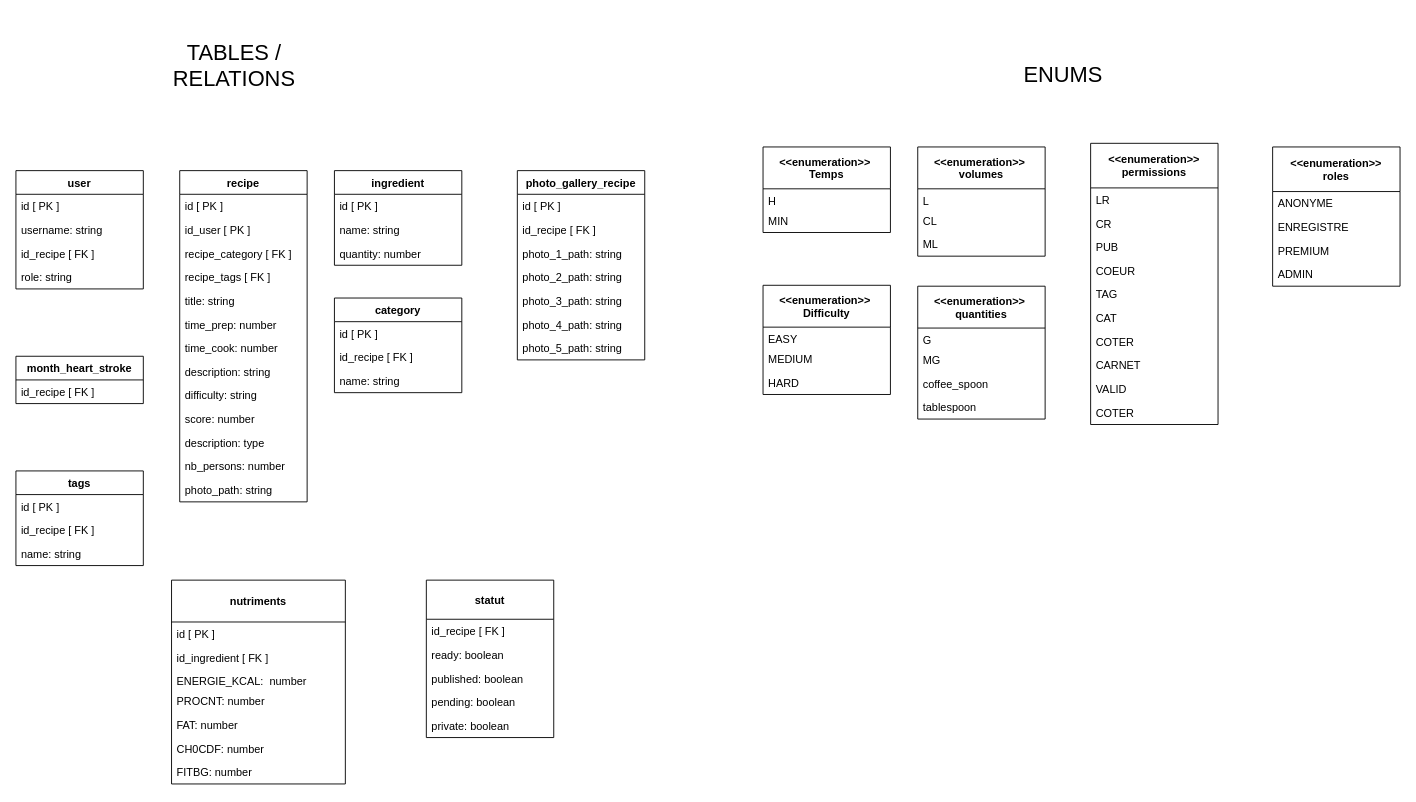
Before: diagramme-recettes.drawio in Thomas088/diagramme-cuisine, a draw.io diagram. Source tidied: cells renumbered, new cells numbered last; positions are measured from the earlier drawing's top-left corner, leaving out a move shared by most shapes. Both pictures are drawn from the tidied source at 91%, with x=0, y=0 at pixel (15, 15).
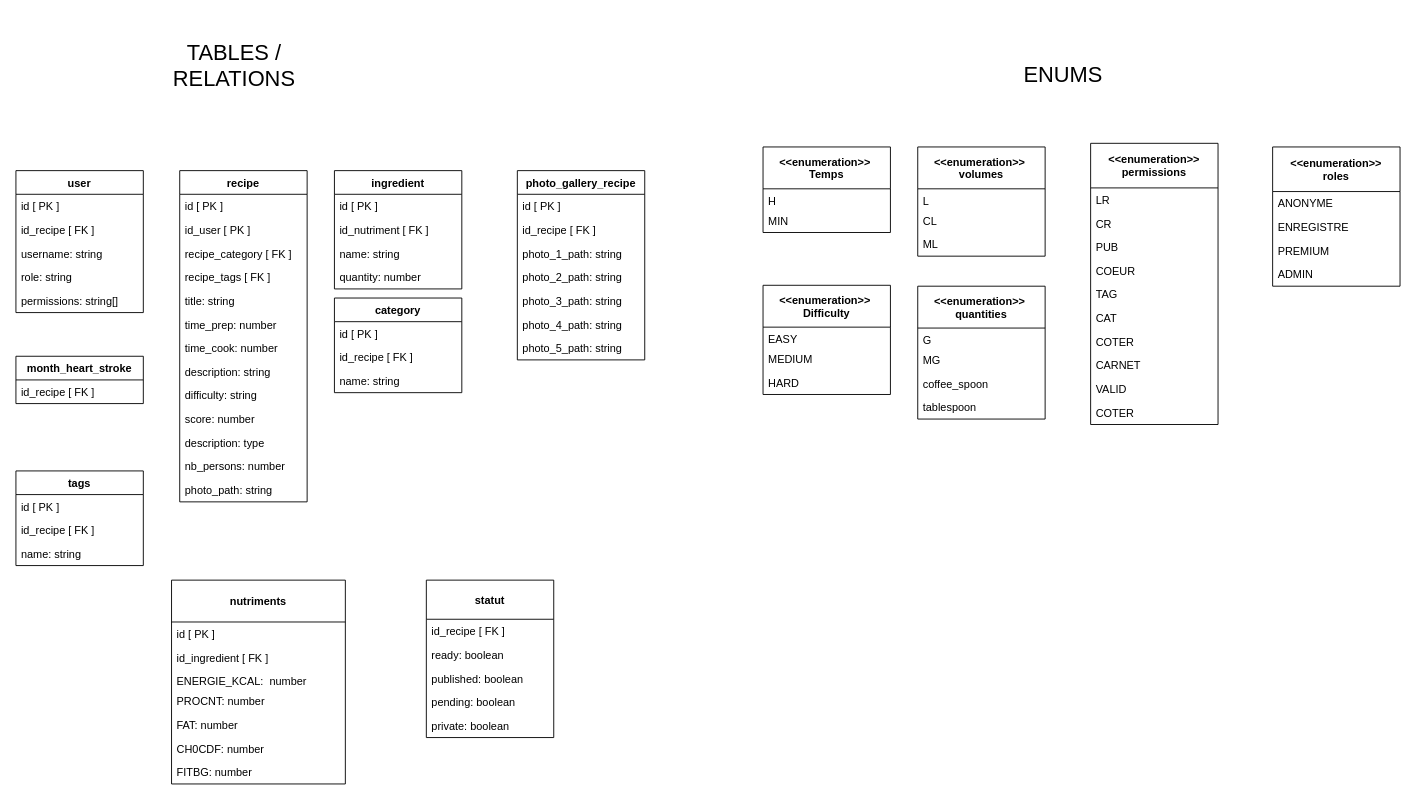
After the change.

The edit, as a diff of the source:
```diff
@@
     <mxCell id="4" value="user" style="swimlane;fontStyle=1;horizontal=1;startSize=26;fillColor=none;" parent="1" vertex="1">
-      <mxGeometry y="170" width="140" height="130" as="geometry" />
+      <mxGeometry y="170" width="140" height="156" as="geometry" />
     </mxCell>
@@
+    <mxCell id="7" value="id_recipe [ FK ]" style="text;strokeColor=none;fillColor=none;align=left;verticalAlign=top;spacingLeft=4;spacingRight=4;overflow=hidden;" parent="4" vertex="1">
+      <mxGeometry y="52" width="140" height="26" as="geometry" />
+    </mxCell>
     <mxCell id="6" value="username: string" style="text;strokeColor=none;fillColor=none;align=left;verticalAlign=top;spacingLeft=4;spacingRight=4;overflow=hidden;" parent="4" vertex="1">
-      <mxGeometry y="52" width="140" height="26" as="geometry" />
+      <mxGeometry y="78" width="140" height="26" as="geometry" />
     </mxCell>
-    <mxCell id="7" value="id_recipe [ FK ]" style="text;strokeColor=none;fillColor=none;align=left;verticalAlign=top;spacingLeft=4;spacingRight=4;overflow=hidden;" parent="4" vertex="1">
-      <mxGeometry y="78" width="140" height="26" as="geometry" />
-    </mxCell>
@@
+    <mxCell id="91" value="permissions: string[]" style="text;strokeColor=none;fillColor=none;align=left;verticalAlign=top;spacingLeft=4;spacingRight=4;overflow=hidden;" parent="4" vertex="1">
+      <mxGeometry y="130" width="140" height="26" as="geometry" />
+    </mxCell>
@@
     <mxCell id="23" value="ingredient" style="swimlane;fontStyle=1;horizontal=1;startSize=26;fillColor=none;" parent="1" vertex="1">
-      <mxGeometry x="350" y="170" width="140" height="104" as="geometry" />
+      <mxGeometry x="350" y="170" width="140" height="130" as="geometry" />
     </mxCell>
@@
+    <mxCell id="92" value="id_nutriment [ FK ]" style="text;strokeColor=none;fillColor=none;align=left;verticalAlign=top;spacingLeft=4;spacingRight=4;overflow=hidden;" parent="23" vertex="1">
+      <mxGeometry y="52" width="140" height="26" as="geometry" />
+    </mxCell>
     <mxCell id="25" value="name: string" style="text;strokeColor=none;fillColor=none;align=left;verticalAlign=top;spacingLeft=4;spacingRight=4;overflow=hidden;" parent="23" vertex="1">
-      <mxGeometry y="52" width="140" height="26" as="geometry" />
+      <mxGeometry y="78" width="140" height="26" as="geometry" />
     </mxCell>
     <mxCell id="26" value="quantity: number" style="text;strokeColor=none;fillColor=none;align=left;verticalAlign=top;spacingLeft=4;spacingRight=4;overflow=hidden;" parent="23" vertex="1">
-      <mxGeometry y="78" width="140" height="26" as="geometry" />
+      <mxGeometry y="104" width="140" height="26" as="geometry" />
     </mxCell>
```
